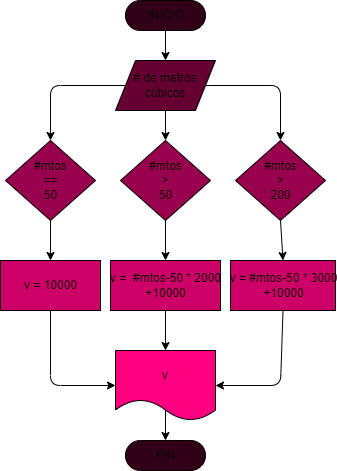
Before: agua.png, a diagram exported from draw.io (ednyfer2224636/Consumo-de-agua). Source tidied: cells renumbered, new cells last; positions are measured from the earlier drawing's top-left corner, leaving out a move shared by most shapes. Source of this version:
```xml
<mxGraphModel>
  <root>
    <mxCell id="0" />
    <mxCell id="1" parent="0" />
    <mxCell id="2" style="edgeStyle=none;html=1;exitX=0.5;exitY=0.5;exitDx=0;exitDy=15;exitPerimeter=0;entryX=0.5;entryY=0;entryDx=0;entryDy=0;" parent="1" edge="1" source="3" target="7">
      <mxGeometry relative="1" as="geometry" />
    </mxCell>
    <mxCell id="3" value="INICIO" style="html=1;dashed=0;whitespace=wrap;shape=mxgraph.dfd.start;fillColor=#33001A;" parent="1" vertex="1">
      <mxGeometry x="125" width="80" height="30" as="geometry" />
    </mxCell>
    <mxCell id="4" style="edgeStyle=none;html=1;exitX=0;exitY=0.5;exitDx=0;exitDy=0;entryX=0.5;entryY=0;entryDx=0;entryDy=0;" parent="1" edge="1" source="7" target="11">
      <mxGeometry relative="1" as="geometry">
        <Array as="points">
          <mxPoint x="50" y="85" />
        </Array>
      </mxGeometry>
    </mxCell>
    <mxCell id="5" style="edgeStyle=none;html=1;exitX=1;exitY=0.5;exitDx=0;exitDy=0;entryX=0.5;entryY=0;entryDx=0;entryDy=0;" parent="1" edge="1" source="7" target="15">
      <mxGeometry relative="1" as="geometry">
        <Array as="points">
          <mxPoint x="280" y="85" />
        </Array>
      </mxGeometry>
    </mxCell>
    <mxCell id="6" style="edgeStyle=none;html=1;exitX=0.5;exitY=1;exitDx=0;exitDy=0;entryX=0.5;entryY=0;entryDx=0;entryDy=0;" parent="1" edge="1" source="7" target="13">
      <mxGeometry relative="1" as="geometry" />
    </mxCell>
    <mxCell id="7" value="# de metros&lt;br&gt;cúbicos" style="shape=parallelogram;perimeter=parallelogramPerimeter;whiteSpace=wrap;html=1;dashed=0;fillColor=#660033;" parent="1" vertex="1">
      <mxGeometry x="115" y="60" width="100" height="50" as="geometry" />
    </mxCell>
    <mxCell id="8" style="edgeStyle=none;html=1;exitX=0.5;exitY=1;exitDx=0;exitDy=0;entryX=0;entryY=0.5;entryDx=0;entryDy=0;" parent="1" edge="1" source="9" target="21">
      <mxGeometry relative="1" as="geometry">
        <Array as="points">
          <mxPoint x="50" y="385" />
        </Array>
      </mxGeometry>
    </mxCell>
    <mxCell id="9" value="v = 10000" style="html=1;dashed=0;whitespace=wrap;fillColor=#CC0066;" parent="1" vertex="1">
      <mxGeometry y="260" width="100" height="50" as="geometry" />
    </mxCell>
    <mxCell id="10" style="edgeStyle=none;html=1;exitX=0.5;exitY=1;exitDx=0;exitDy=0;entryX=0.5;entryY=0;entryDx=0;entryDy=0;" parent="1" edge="1" source="11" target="9">
      <mxGeometry relative="1" as="geometry" />
    </mxCell>
    <mxCell id="11" value="#mtos&lt;br&gt;==&lt;br&gt;50" style="shape=rhombus;html=1;dashed=0;whitespace=wrap;perimeter=rhombusPerimeter;fillColor=#99004D;" parent="1" vertex="1">
      <mxGeometry x="5" y="140" width="90" height="80" as="geometry" />
    </mxCell>
    <mxCell id="12" style="edgeStyle=none;html=1;exitX=0.5;exitY=1;exitDx=0;exitDy=0;entryX=0.5;entryY=0;entryDx=0;entryDy=0;" parent="1" edge="1" source="13" target="17">
      <mxGeometry relative="1" as="geometry" />
    </mxCell>
    <mxCell id="13" value="#mtos&lt;br&gt;&amp;gt;&lt;br&gt;50" style="shape=rhombus;html=1;dashed=0;whitespace=wrap;perimeter=rhombusPerimeter;fillColor=#99004D;" parent="1" vertex="1">
      <mxGeometry x="120" y="140" width="90" height="80" as="geometry" />
    </mxCell>
    <mxCell id="14" style="edgeStyle=none;html=1;exitX=0.5;exitY=1;exitDx=0;exitDy=0;entryX=0.5;entryY=0;entryDx=0;entryDy=0;" parent="1" edge="1" source="15" target="19">
      <mxGeometry relative="1" as="geometry" />
    </mxCell>
    <mxCell id="15" value="#mtos&lt;br&gt;&amp;gt;&lt;br&gt;200" style="shape=rhombus;html=1;dashed=0;whitespace=wrap;perimeter=rhombusPerimeter;fillColor=#99004D;" parent="1" vertex="1">
      <mxGeometry x="235" y="140" width="90" height="80" as="geometry" />
    </mxCell>
    <mxCell id="16" style="edgeStyle=none;html=1;exitX=0.5;exitY=1;exitDx=0;exitDy=0;entryX=0.5;entryY=0;entryDx=0;entryDy=0;" parent="1" edge="1" source="17" target="21">
      <mxGeometry relative="1" as="geometry" />
    </mxCell>
    <mxCell id="17" value="v =&amp;nbsp; #mtos-50 * 2000&lt;br&gt;+10000" style="html=1;dashed=0;whitespace=wrap;fillColor=#CC0066;" parent="1" vertex="1">
      <mxGeometry x="110" y="260" width="110" height="50" as="geometry" />
    </mxCell>
    <mxCell id="18" style="edgeStyle=none;html=1;exitX=0.5;exitY=1;exitDx=0;exitDy=0;entryX=1;entryY=0.5;entryDx=0;entryDy=0;" parent="1" edge="1" source="19" target="21">
      <mxGeometry relative="1" as="geometry">
        <Array as="points">
          <mxPoint x="280" y="385" />
        </Array>
      </mxGeometry>
    </mxCell>
    <mxCell id="19" value="v = #mtos-50 * 3000&lt;br&gt;+10000" style="html=1;dashed=0;whitespace=wrap;fillColor=#CC0066;" parent="1" vertex="1">
      <mxGeometry x="230" y="260" width="105" height="50" as="geometry" />
    </mxCell>
    <mxCell id="20" style="edgeStyle=none;html=1;exitX=0.5;exitY=0;exitDx=0;exitDy=0;" parent="1" edge="1" source="21" target="22">
      <mxGeometry relative="1" as="geometry" />
    </mxCell>
    <mxCell id="21" value="v" style="shape=document;whiteSpace=wrap;html=1;boundedLbl=1;dashed=0;flipH=1;fillColor=#FF0080;" parent="1" vertex="1">
      <mxGeometry x="115" y="350" width="100" height="70" as="geometry" />
    </mxCell>
    <mxCell id="22" value="FIN" style="html=1;dashed=0;whitespace=wrap;shape=mxgraph.dfd.start;fillColor=#33001A;" parent="1" vertex="1">
      <mxGeometry x="125" y="440" width="80" height="30" as="geometry" />
    </mxCell>
  </root>
</mxGraphModel>
```
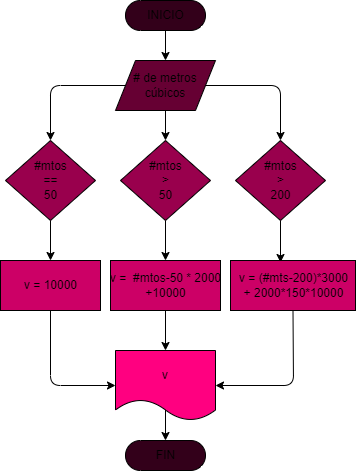
After the commit.

Change to the diagram source:
```diff
@@ -50,7 +50,7 @@
     <mxCell id="13" value="#mtos&lt;br&gt;&amp;gt;&lt;br&gt;50" style="shape=rhombus;html=1;dashed=0;whitespace=wrap;perimeter=rhombusPerimeter;fillColor=#99004D;" parent="1" vertex="1">
       <mxGeometry x="120" y="140" width="90" height="80" as="geometry" />
     </mxCell>
-    <mxCell id="14" style="edgeStyle=none;html=1;exitX=0.5;exitY=1;exitDx=0;exitDy=0;entryX=0.5;entryY=0;entryDx=0;entryDy=0;" parent="1" edge="1" source="15" target="19">
+    <mxCell id="14" style="edgeStyle=none;html=1;exitX=0.5;exitY=1;exitDx=0;exitDy=0;entryX=0.4;entryY=0.04;entryDx=0;entryDy=0;entryPerimeter=0;" parent="1" edge="1" source="15" target="19">
       <mxGeometry relative="1" as="geometry" />
     </mxCell>
     <mxCell id="15" value="#mtos&lt;br&gt;&amp;gt;&lt;br&gt;200" style="shape=rhombus;html=1;dashed=0;whitespace=wrap;perimeter=rhombusPerimeter;fillColor=#99004D;" parent="1" vertex="1">
@@ -65,12 +65,12 @@
     <mxCell id="18" style="edgeStyle=none;html=1;exitX=0.5;exitY=1;exitDx=0;exitDy=0;entryX=1;entryY=0.5;entryDx=0;entryDy=0;" parent="1" edge="1" source="19" target="21">
       <mxGeometry relative="1" as="geometry">
         <Array as="points">
-          <mxPoint x="280" y="385" />
+          <mxPoint x="293" y="385" />
         </Array>
       </mxGeometry>
     </mxCell>
-    <mxCell id="19" value="v = #mtos-50 * 3000&lt;br&gt;+10000" style="html=1;dashed=0;whitespace=wrap;fillColor=#CC0066;" parent="1" vertex="1">
-      <mxGeometry x="230" y="260" width="105" height="50" as="geometry" />
+    <mxCell id="19" value="v = (#mts-200)*3000&lt;br&gt;+ 2000*150*10000" style="html=1;dashed=0;whitespace=wrap;fillColor=#CC0066;" parent="1" vertex="1">
+      <mxGeometry x="230" y="260" width="125" height="50" as="geometry" />
     </mxCell>
     <mxCell id="20" style="edgeStyle=none;html=1;exitX=0.5;exitY=0;exitDx=0;exitDy=0;" parent="1" edge="1" source="21" target="22">
       <mxGeometry relative="1" as="geometry" />
```
